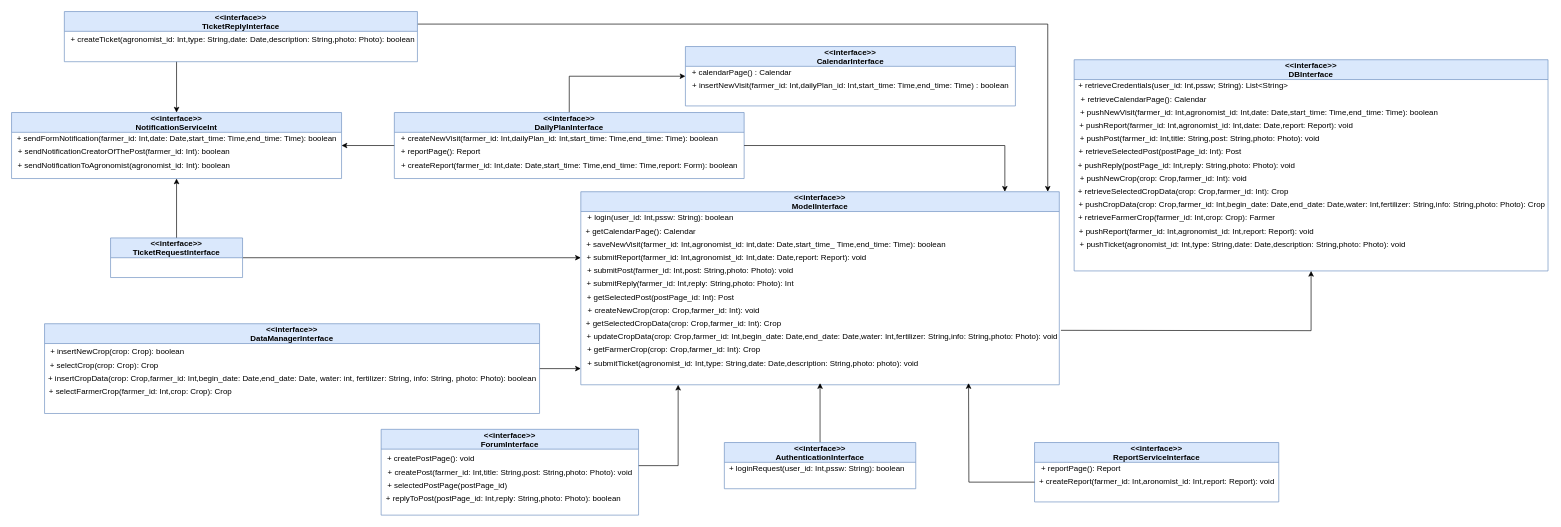
Before: page "Component Interface" (3 of 3) of comp/ComponentDiagrams/Component&Deployment.drawio in titaniumwhite/SE2-project, a draw.io diagram. Source tidied: cells renumbered, new cells numbered last; positions are measured from the earlier drawing's top-left corner, leaving out a move shared by most shapes. Both pictures are drawn from the tidied source at 66%, with x=0, y=0 at pixel (11, 11).
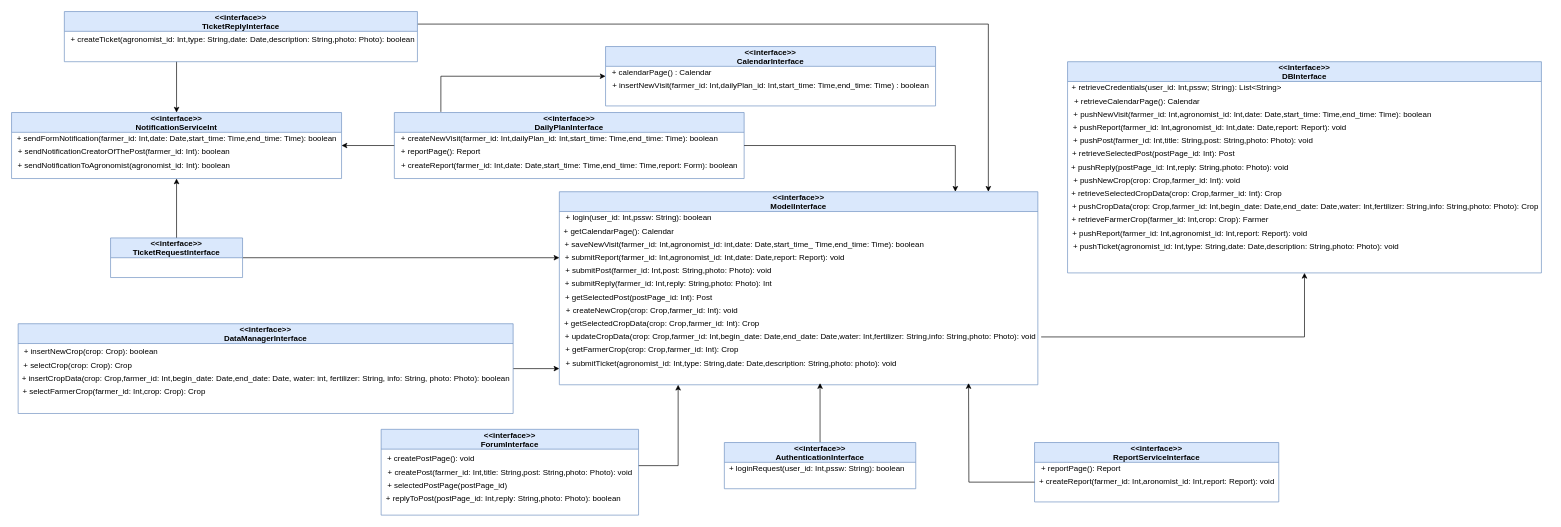
The same diagram, later.

Unchanged cells that the change refers to:
```xml
<mxCell id="4" value="&lt;&lt;interface&gt;&gt;&#10;DailyPlanInterface" style="swimlane;fillColor=#dae8fc;strokeColor=#6c8ebf;startSize=30;" parent="1" vertex="1">
  <mxGeometry x="580" y="153" width="530" height="100" as="geometry" />
</mxCell>
<mxCell id="24" value="+ updateCropData(crop: Crop,farmer_id: Int,begin_date: Date,end_date: Date,water: Int,fertilizer: String,info: String,photo: Photo): void" style="text;html=1;align=center;verticalAlign=middle;points=[];strokeColor=none;fillColor=none;" parent="14" vertex="1">
  <mxGeometry y="210" width="730" height="20" as="geometry" />
</mxCell>
<mxCell id="59" value="&lt;&lt;interface&gt;&gt;&#10;TicketReplyInterface" style="swimlane;fillColor=#dae8fc;strokeColor=#6c8ebf;startSize=30;" parent="1" vertex="1">
  <mxGeometry x="80" width="535" height="76" as="geometry" />
</mxCell>
```

The edit, as a diff of the source:
```diff
@@
-    <mxCell id="3" style="edgeStyle=orthogonalEdgeStyle;rounded=0;jettySize=auto;html=1;exitX=0.5;exitY=0;exitDx=0;exitDy=0;entryX=0;entryY=0.5;entryDx=0;entryDy=0;" parent="1" edge="1" source="4" target="65">
-      <mxGeometry relative="1" as="geometry" />
+    <mxCell id="3" style="edgeStyle=orthogonalEdgeStyle;rounded=0;jettySize=auto;html=1;exitX=0.133;exitY=-0.01;exitDx=0;exitDy=0;entryX=0;entryY=0.5;entryDx=0;entryDy=0;exitPerimeter=0;" parent="1" edge="1" source="4" target="65">
+      <mxGeometry relative="1" as="geometry">
+        <Array as="points">
+          <mxPoint x="651" y="98" />
+        </Array>
+      </mxGeometry>
     </mxCell>
@@
     <mxCell id="9" value="&lt;&lt;interface&gt;&gt;&#10;DataManagerInterface" style="swimlane;fillColor=#dae8fc;strokeColor=#6c8ebf;startSize=30;" parent="1" vertex="1">
-      <mxGeometry x="50" y="473" width="750" height="136" as="geometry" />
+      <mxGeometry x="10" y="473" width="750" height="136" as="geometry" />
     </mxCell>
@@
     <mxCell id="14" value="&lt;&lt;interface&gt;&gt;&#10;ModelInterface" style="swimlane;fillColor=#dae8fc;strokeColor=#6c8ebf;startSize=30;" parent="1" vertex="1">
-      <mxGeometry x="862.5" y="273" width="725" height="292.5" as="geometry" />
+      <mxGeometry x="830" y="273" width="725" height="292.5" as="geometry" />
     </mxCell>
@@
     <mxCell id="27" value="&lt;&lt;interface&gt;&gt;&#10;DBInterface" style="swimlane;fillColor=#dae8fc;strokeColor=#6c8ebf;startSize=30;" parent="1" vertex="1">
-      <mxGeometry x="1610" y="73" width="718" height="320" as="geometry" />
+      <mxGeometry x="1600" y="76" width="718" height="320" as="geometry" />
     </mxCell>
@@
-    <mxCell id="57" style="edgeStyle=orthogonalEdgeStyle;rounded=0;jettySize=auto;html=1;exitX=1;exitY=0.25;exitDx=0;exitDy=0;" parent="1" edge="1" source="59">
-      <mxGeometry relative="1" as="geometry">
-        <mxPoint x="1570" y="273" as="targetPoint" />
-        <Array as="points">
-          <mxPoint x="1570" y="19" />
-          <mxPoint x="1570" y="273" />
-        </Array>
-      </mxGeometry>
-    </mxCell>
@@
+    <mxCell id="70" style="edgeStyle=orthogonalEdgeStyle;rounded=0;jettySize=auto;html=1;exitX=1;exitY=0.25;exitDx=0;exitDy=0;" parent="1" edge="1" source="59" target="14">
+      <mxGeometry relative="1" as="geometry">
+        <Array as="points">
+          <mxPoint x="1480" y="19" />
+        </Array>
+      </mxGeometry>
+    </mxCell>
@@
     <mxCell id="64" style="edgeStyle=orthogonalEdgeStyle;rounded=0;jettySize=auto;html=1;exitX=1;exitY=0.5;exitDx=0;exitDy=0;" parent="1" edge="1" source="4" target="14">
       <mxGeometry relative="1" as="geometry">
         <Array as="points">
-          <mxPoint x="1505" y="203" />
+          <mxPoint x="1430" y="203" />
         </Array>
       </mxGeometry>
     </mxCell>
     <mxCell id="65" value="&lt;&lt;interface&gt;&gt;&#10;CalendarInterface" style="swimlane;fillColor=#dae8fc;strokeColor=#6c8ebf;startSize=30;" parent="1" vertex="1">
-      <mxGeometry x="1021" y="53" width="500" height="90" as="geometry" />
+      <mxGeometry x="900" y="53" width="500" height="90" as="geometry" />
     </mxCell>
@@
-    <mxCell id="68" style="edgeStyle=orthogonalEdgeStyle;rounded=0;jettySize=auto;html=1;entryX=0.5;entryY=1;entryDx=0;entryDy=0;" parent="1" edge="1" target="27">
-      <mxGeometry relative="1" as="geometry">
-        <mxPoint x="1590" y="483" as="sourcePoint" />
-      </mxGeometry>
-    </mxCell>
@@
+    <mxCell id="71" style="edgeStyle=orthogonalEdgeStyle;rounded=0;jettySize=auto;html=1;" parent="1" edge="1" source="24" target="27">
+      <mxGeometry relative="1" as="geometry" />
+    </mxCell>
```
